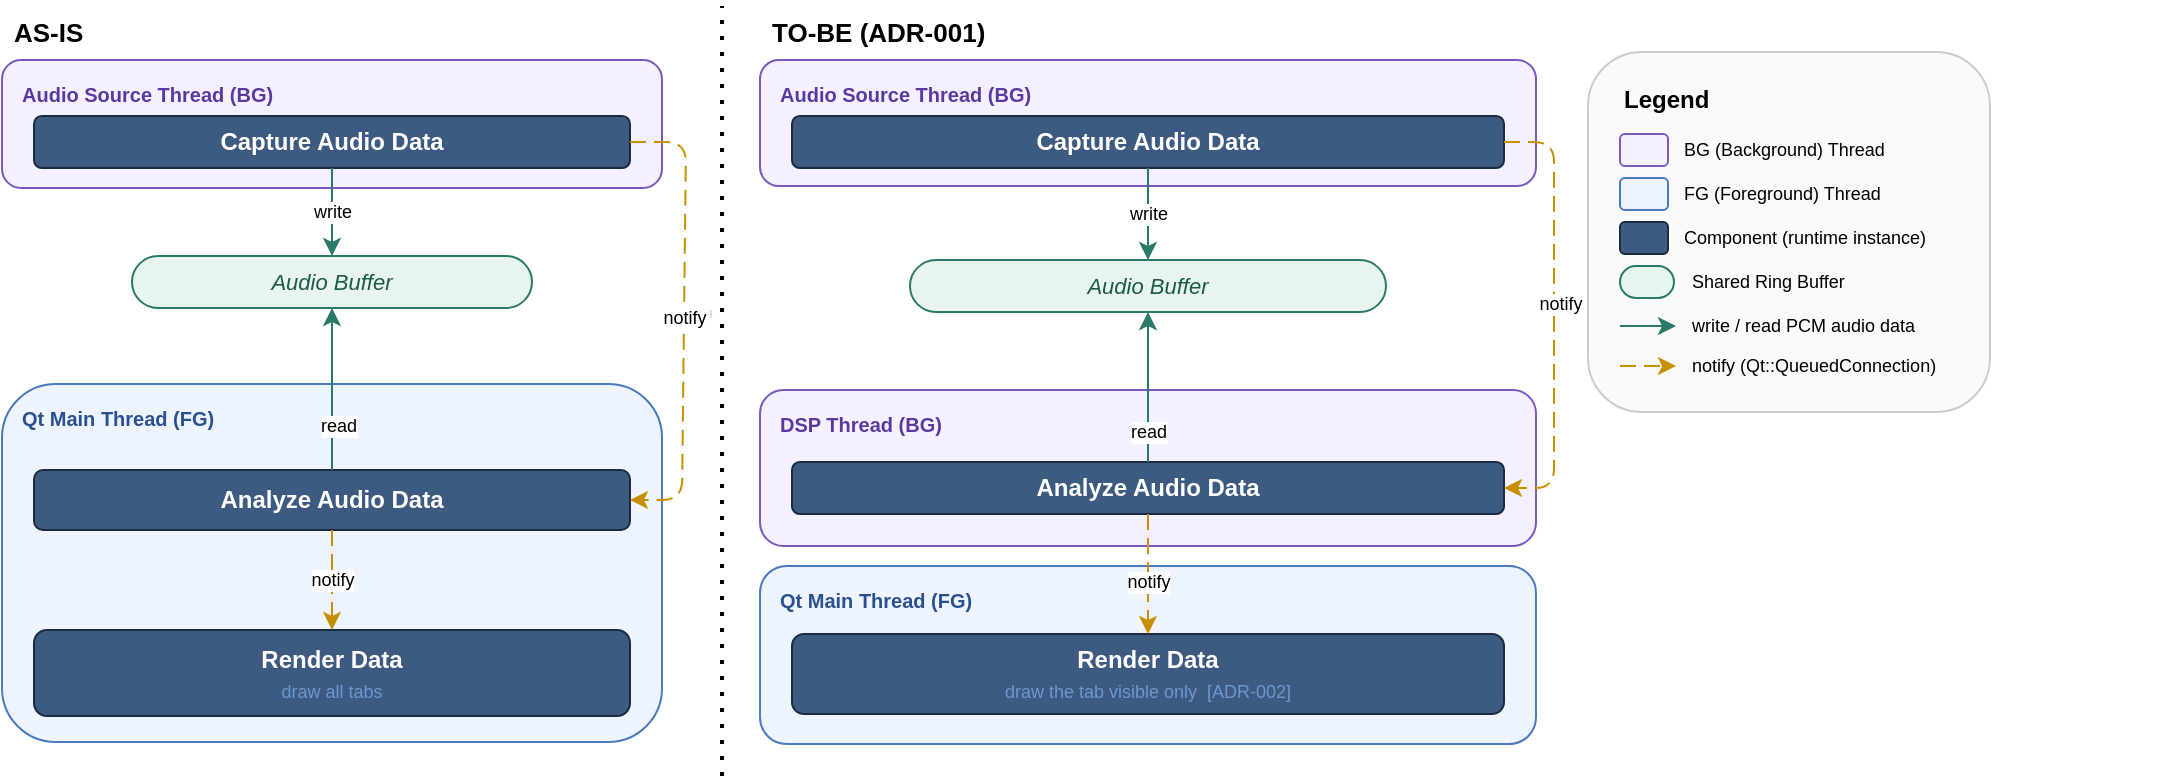
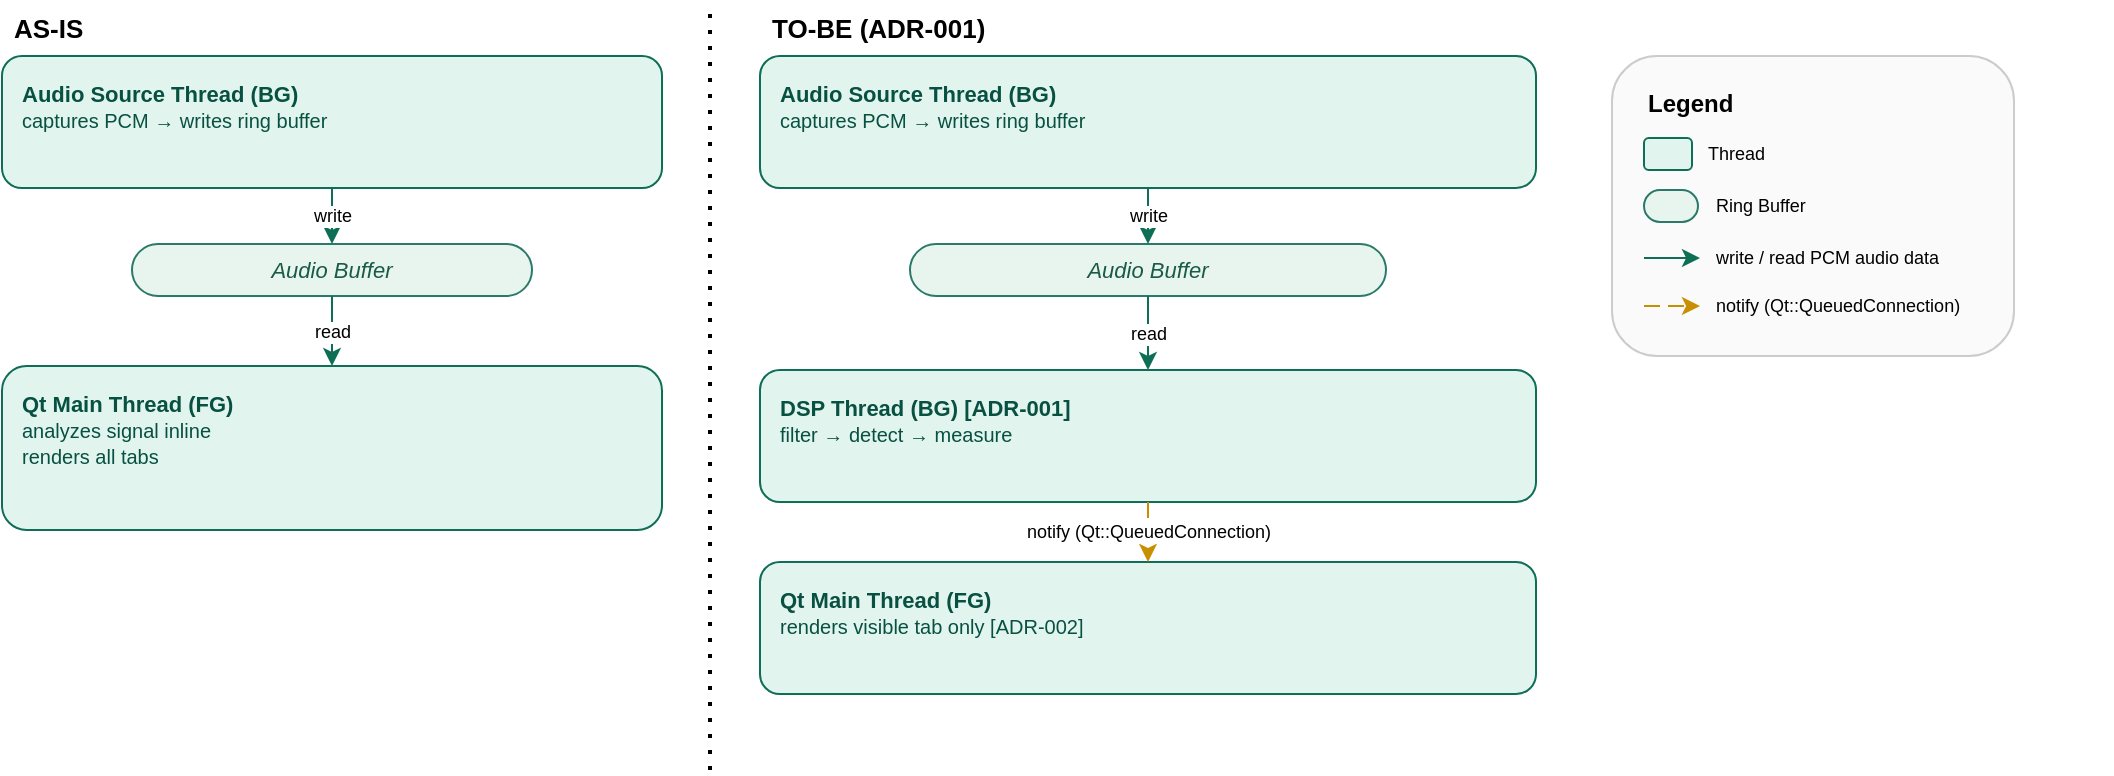
- <mxGraphModel dx="1005" dy="466" grid="0" gridSize="10" guides="1" tooltips="1" connect="1" arrows="1" fold="1" page="1" pageScale="1" pageWidth="1400" pageHeight="400" math="0" shadow="0">
+ <mxGraphModel dx="1005" dy="466" grid="0" gridSize="10" guides="1" tooltips="1" connect="1" arrows="1" fold="1" page="1" pageScale="1" pageWidth="1100" pageHeight="400" math="0" shadow="0">
  <root>
    <mxCell id="0" />
    <mxCell id="1" parent="0" />
    <mxCell id="2" parent="1" style="text;html=1;fontStyle=1;fontSize=13;align=left;" value="AS-IS" vertex="1">
      <mxGeometry height="20" width="80" x="14" y="5" as="geometry" />
    </mxCell>
    <mxCell id="3" parent="1" style="text;html=1;fontStyle=1;fontSize=13;align=left;" value="TO-BE  (ADR-001)" vertex="1">
      <mxGeometry height="20" width="220" x="393" y="5" as="geometry" />
    </mxCell>
-     <mxCell id="4" parent="1" style="line;strokeColor=#dddddd;dashed=1;dashPattern=5 4;fillColor=none;" value="" vertex="1">
-       <mxGeometry height="310" width="1" x="364" y="5" as="geometry" />
+     <mxCell id="4" parent="1" style="endArrow=none;dashed=1;html=1;dashPattern=1 3;strokeWidth=2;rounded=0;" edge="1">
+       <mxGeometry relative="1" as="geometry">
+         <mxPoint x="364" y="390" as="sourcePoint" />
+         <mxPoint x="364" y="6" as="targetPoint" />
+       </mxGeometry>
    </mxCell>
-     <mxCell id="10" parent="1" style="rounded=1;whiteSpace=wrap;html=1;fillColor=#f5f0ff;strokeColor=#7a5abf;fontColor=#5a3a9f;fontStyle=1;fontSize=10;align=left;verticalAlign=top;spacingLeft=8;spacingTop=5;" value="Audio Source Thread  (BG)" vertex="1">
-       <mxGeometry height="64" width="330" x="10" y="33" as="geometry" />
-     </mxCell>
-     <mxCell id="11" parent="1" style="rounded=1;whiteSpace=wrap;html=1;fillColor=#3d5a80;strokeColor=#1a2a40;fontColor=#ffffff;fontStyle=1;fontSize=12;" value="Capture Audio Data" vertex="1">
-       <mxGeometry height="26" width="298" x="26" y="61" as="geometry" />
+     <mxCell id="10" parent="1" style="rounded=1;whiteSpace=wrap;html=1;fillColor=#E1F5EE;strokeColor=#0F6E56;fontColor=#085041;fontStyle=1;fontSize=11;align=left;verticalAlign=top;spacingLeft=8;spacingTop=6;" value="Audio Source Thread  (BG)&lt;br&gt;&lt;font style=&quot;font-size:10px;font-weight:400;&quot;&gt;captures PCM → writes ring buffer&lt;/font&gt;" vertex="1">
+       <mxGeometry height="66" width="330" x="10" y="33" as="geometry" />
    </mxCell>
    <mxCell id="12" parent="1" style="rounded=1;arcSize=50;whiteSpace=wrap;html=1;fillColor=#e8f5ee;strokeColor=#2a7a6a;fontColor=#1a5a48;fontSize=11;fontStyle=2;" value="Audio Buffer" vertex="1">
-       <mxGeometry height="26" width="200" x="75" y="131" as="geometry" />
+       <mxGeometry height="26" width="200" x="75" y="127" as="geometry" />
    </mxCell>
-     <mxCell id="13" parent="1" style="rounded=1;whiteSpace=wrap;html=1;fillColor=#eef4fd;strokeColor=#4a7abf;fontColor=#2a5090;fontStyle=1;fontSize=10;align=left;verticalAlign=top;spacingLeft=8;spacingTop=5;" value="Qt Main Thread  (FG)" vertex="1">
-       <mxGeometry height="179" width="330" x="10" y="195" as="geometry" />
+     <mxCell id="13" parent="1" style="rounded=1;whiteSpace=wrap;html=1;fillColor=#E1F5EE;strokeColor=#0F6E56;fontColor=#085041;fontStyle=1;fontSize=11;align=left;verticalAlign=top;spacingLeft=8;spacingTop=6;" value="Qt Main Thread  (FG)&lt;br&gt;&lt;font style=&quot;font-size:10px;font-weight:400;&quot;&gt;analyzes signal inline&lt;br&gt;renders all tabs&lt;/font&gt;" vertex="1">
+       <mxGeometry height="82" width="330" x="10" y="188" as="geometry" />
    </mxCell>
-     <mxCell id="14" parent="1" style="rounded=1;whiteSpace=wrap;html=1;fillColor=#3d5a80;strokeColor=#1a2a40;fontColor=#ffffff;fontStyle=1;fontSize=12;" value="Analyze Audio Data" vertex="1">
-       <mxGeometry height="30" width="298" x="26" y="238" as="geometry" />
-     </mxCell>
-     <mxCell id="15" parent="1" style="rounded=1;whiteSpace=wrap;html=1;fillColor=#3d5a80;strokeColor=#1a2a40;fontColor=#ffffff;fontStyle=1;fontSize=12;" value="Render Data&lt;br&gt;&lt;span style=&quot;color: rgb(106, 154, 205); font-size: 9px; font-weight: 400;&quot;&gt;draw all tabs&lt;/span&gt;" vertex="1">
-       <mxGeometry height="43" width="298" x="26" y="318" as="geometry" />
-     </mxCell>
-     <mxCell id="20" edge="1" parent="1" source="11" style="edgeStyle=none;html=1;strokeColor=#2a7a6a;fillColor=#2a7a6a;fontSize=9;exitX=0.5;exitY=1;exitDx=0;exitDy=0;entryX=0.5;entryY=0;entryDx=0;entryDy=0;" target="12" value="write">
+     <mxCell id="20" edge="1" parent="1" source="10" target="12" style="edgeStyle=none;html=1;strokeColor=#0F6E56;fillColor=#0F6E56;fontSize=9;exitX=0.5;exitY=1;exitDx=0;exitDy=0;entryX=0.5;entryY=0;entryDx=0;entryDy=0;" value="write">
      <mxGeometry relative="1" as="geometry" />
    </mxCell>
-     <mxCell id="21" edge="1" parent="1" source="11" style="edgeStyle=none;html=1;strokeColor=#c89000;fillColor=#c89000;dashed=1;dashPattern=8 4;fontSize=9;exitX=1;exitY=0.5;exitDx=0;exitDy=0;entryX=1;entryY=0.5;entryDx=0;entryDy=0;" target="14" value="notify">
-       <mxGeometry relative="1" as="geometry">
-         <Array as="points">
-           <mxPoint x="352" y="74" />
-           <mxPoint x="350" y="253" />
-         </Array>
-       </mxGeometry>
-     </mxCell>
-     <mxCell id="22" edge="1" parent="1" source="14" style="edgeStyle=none;html=1;strokeColor=#2a7a6a;fillColor=#2a7a6a;fontSize=9;exitX=0.5;exitY=0;exitDx=0;exitDy=0;" target="12" value="read">
-       <mxGeometry relative="1" x="-0.4568" y="-3" as="geometry">
-         <mxPoint as="offset" />
-         <mxPoint x="195.00000000000023" y="200" as="targetPoint" />
-       </mxGeometry>
-     </mxCell>
-     <mxCell id="23" edge="1" parent="1" source="14" style="edgeStyle=none;html=1;strokeColor=#c89000;fillColor=#c89000;dashed=1;dashPattern=8 4;fontSize=9;exitX=0.5;exitY=1;exitDx=0;exitDy=0;" target="15" value="notify">
+     <mxCell id="22" edge="1" parent="1" source="12" target="13" style="edgeStyle=none;html=1;strokeColor=#0F6E56;fillColor=#0F6E56;fontSize=9;exitX=0.5;exitY=1;exitDx=0;exitDy=0;entryX=0.5;entryY=0;entryDx=0;entryDy=0;" value="read">
      <mxGeometry relative="1" as="geometry" />
    </mxCell>
-     <mxCell id="30" parent="1" style="rounded=1;whiteSpace=wrap;html=1;fillColor=#f5f0ff;strokeColor=#7a5abf;fontColor=#5a3a9f;fontStyle=1;fontSize=10;align=left;verticalAlign=top;spacingLeft=8;spacingTop=5;" value="Audio Source Thread  (BG)" vertex="1">
-       <mxGeometry height="63" width="388" x="389" y="33" as="geometry" />
-     </mxCell>
-     <mxCell id="31" parent="1" style="rounded=1;whiteSpace=wrap;html=1;fillColor=#3d5a80;strokeColor=#1a2a40;fontColor=#ffffff;fontStyle=1;fontSize=12;" value="Capture Audio Data" vertex="1">
-       <mxGeometry height="26" width="356" x="405" y="61" as="geometry" />
+     <mxCell id="30" parent="1" style="rounded=1;whiteSpace=wrap;html=1;fillColor=#E1F5EE;strokeColor=#0F6E56;fontColor=#085041;fontStyle=1;fontSize=11;align=left;verticalAlign=top;spacingLeft=8;spacingTop=6;" value="Audio Source Thread  (BG)&lt;br&gt;&lt;font style=&quot;font-size:10px;font-weight:400;&quot;&gt;captures PCM → writes ring buffer&lt;/font&gt;" vertex="1">
+       <mxGeometry height="66" width="388" x="389" y="33" as="geometry" />
    </mxCell>
    <mxCell id="32" parent="1" style="rounded=1;arcSize=50;whiteSpace=wrap;html=1;fillColor=#e8f5ee;strokeColor=#2a7a6a;fontColor=#1a5a48;fontSize=11;fontStyle=2;" value="Audio Buffer" vertex="1">
-       <mxGeometry height="26" width="238" x="464" y="133" as="geometry" />
+       <mxGeometry height="26" width="238" x="464" y="127" as="geometry" />
    </mxCell>
-     <mxCell id="33" parent="1" style="rounded=1;whiteSpace=wrap;html=1;fillColor=#f5f0ff;strokeColor=#7a5abf;fontColor=#5a3a9f;fontStyle=1;fontSize=10;align=left;verticalAlign=top;spacingLeft=8;spacingTop=5;" value="DSP Thread  (BG)" vertex="1">
-       <mxGeometry height="78" width="388" x="389" y="198" as="geometry" />
+     <mxCell id="33" parent="1" style="rounded=1;whiteSpace=wrap;html=1;fillColor=#E1F5EE;strokeColor=#0F6E56;fontColor=#085041;fontStyle=1;fontSize=11;align=left;verticalAlign=top;spacingLeft=8;spacingTop=6;" value="DSP Thread  (BG)  [ADR-001]&lt;br&gt;&lt;font style=&quot;font-size:10px;font-weight:400;&quot;&gt;filter → detect → measure&lt;/font&gt;" vertex="1">
+       <mxGeometry height="66" width="388" x="389" y="190" as="geometry" />
    </mxCell>
-     <mxCell id="34" parent="1" style="rounded=1;whiteSpace=wrap;html=1;fillColor=#3d5a80;strokeColor=#1a2a40;fontColor=#ffffff;fontStyle=1;fontSize=12;" value="Analyze Audio Data" vertex="1">
-       <mxGeometry height="26" width="356" x="405" y="234" as="geometry" />
+     <mxCell id="35" parent="1" style="rounded=1;whiteSpace=wrap;html=1;fillColor=#E1F5EE;strokeColor=#0F6E56;fontColor=#085041;fontStyle=1;fontSize=11;align=left;verticalAlign=top;spacingLeft=8;spacingTop=6;" value="Qt Main Thread  (FG)&lt;br&gt;&lt;font style=&quot;font-size:10px;font-weight:400;&quot;&gt;renders visible tab only  [ADR-002]&lt;/font&gt;" vertex="1">
+       <mxGeometry height="66" width="388" x="389" y="286" as="geometry" />
    </mxCell>
-     <mxCell id="35" parent="1" style="rounded=1;whiteSpace=wrap;html=1;fillColor=#eef4fd;strokeColor=#4a7abf;fontColor=#2a5090;fontStyle=1;fontSize=10;align=left;verticalAlign=top;spacingLeft=8;spacingTop=5;" value="Qt Main Thread  (FG)" vertex="1">
-       <mxGeometry height="89" width="388" x="389" y="286" as="geometry" />
-     </mxCell>
-     <mxCell id="36" parent="1" style="rounded=1;whiteSpace=wrap;html=1;fillColor=#3d5a80;strokeColor=#1a2a40;fontColor=#ffffff;fontSize=12;" value="&lt;b&gt;Render Data&lt;/b&gt;&lt;br&gt;&lt;font color=&quot;#6a9acd&quot; style=&quot;font-size: 9px;&quot;&gt;draw the tab visible only&amp;nbsp; [ADR-002]&lt;/font&gt;" vertex="1">
-       <mxGeometry height="40" width="356" x="405" y="320" as="geometry" />
-     </mxCell>
-     <mxCell id="40" edge="1" parent="1" source="31" style="edgeStyle=none;html=1;strokeColor=#2a7a6a;fillColor=#2a7a6a;fontSize=9;exitX=0.5;exitY=1;exitDx=0;exitDy=0;entryX=0.5;entryY=0;entryDx=0;entryDy=0;" target="32" value="write">
+     <mxCell id="40" edge="1" parent="1" source="30" target="32" style="edgeStyle=none;html=1;strokeColor=#0F6E56;fillColor=#0F6E56;fontSize=9;exitX=0.5;exitY=1;exitDx=0;exitDy=0;entryX=0.5;entryY=0;entryDx=0;entryDy=0;" value="write">
      <mxGeometry relative="1" as="geometry" />
    </mxCell>
-     <mxCell id="41" edge="1" parent="1" source="31" style="edgeStyle=none;html=1;strokeColor=#c89000;fillColor=#c89000;dashed=1;dashPattern=8 4;fontSize=9;exitX=1;exitY=0.5;exitDx=0;exitDy=0;entryX=1;entryY=0.5;entryDx=0;entryDy=0;" target="34" value="notify">
-       <mxGeometry relative="1" x="-0.0507" y="3" as="geometry">
-         <mxPoint as="offset" />
-         <Array as="points">
-           <mxPoint x="786" y="74" />
-           <mxPoint x="786" y="247" />
-         </Array>
-       </mxGeometry>
+     <mxCell id="42" edge="1" parent="1" source="32" target="33" style="edgeStyle=none;html=1;strokeColor=#0F6E56;fillColor=#0F6E56;fontSize=9;exitX=0.5;exitY=1;exitDx=0;exitDy=0;entryX=0.5;entryY=0;entryDx=0;entryDy=0;" value="read">
+       <mxGeometry relative="1" as="geometry" />
    </mxCell>
-     <mxCell id="42" edge="1" parent="1" source="34" style="edgeStyle=none;html=1;strokeColor=#2a7a6a;fillColor=#2a7a6a;fontSize=9;entryX=0.5;entryY=1;entryDx=0;entryDy=0;" target="32" value="read">
-       <mxGeometry relative="1" x="-0.6" as="geometry">
-         <mxPoint as="offset" />
-         <mxPoint x="595" y="200" as="targetPoint" />
-       </mxGeometry>
-     </mxCell>
-     <mxCell id="43" edge="1" parent="1" source="34" style="edgeStyle=none;html=1;strokeColor=#c89000;fillColor=#c89000;dashed=1;dashPattern=8 4;fontSize=9;exitX=0.5;exitY=1;exitDx=0;exitDy=0;entryX=0.5;entryY=0;entryDx=0;entryDy=0;" target="36" value="notify">
-       <mxGeometry relative="1" x="0.1333" as="geometry">
-         <mxPoint as="offset" />
-       </mxGeometry>
+     <mxCell id="43" edge="1" parent="1" source="33" target="35" style="edgeStyle=none;html=1;strokeColor=#c89000;fillColor=#c89000;dashed=1;dashPattern=8 4;fontSize=9;exitX=0.5;exitY=1;exitDx=0;exitDy=0;entryX=0.5;entryY=0;entryDx=0;entryDy=0;" value="notify (Qt::QueuedConnection)">
+       <mxGeometry relative="1" as="geometry" />
    </mxCell>
    <mxCell id="Q6rnTVYkd1wGd5bwxZPc-64" connectable="0" parent="1" style="group" value="" vertex="1">
-       <mxGeometry height="180" width="290" x="788" y="29" as="geometry" />
+       <mxGeometry height="150" width="260" x="800" y="33" as="geometry" />
    </mxCell>
    <mxCell id="50" parent="Q6rnTVYkd1wGd5bwxZPc-64" style="rounded=1;whiteSpace=wrap;html=1;fillColor=#fafafa;strokeColor=#cccccc;" value="" vertex="1">
-       <mxGeometry height="180" width="201" x="15" as="geometry" />
+       <mxGeometry height="150" width="201" x="15" as="geometry" />
    </mxCell>
    <mxCell id="51" parent="Q6rnTVYkd1wGd5bwxZPc-64" style="text;html=1;fontStyle=1;fontSize=12;align=left;" value="Legend" vertex="1">
      <mxGeometry height="20" width="100" x="31" y="10" as="geometry" />
    </mxCell>
-     <mxCell id="52" parent="Q6rnTVYkd1wGd5bwxZPc-64" style="rounded=1;whiteSpace=wrap;html=1;fillColor=#f5f0ff;strokeColor=#7a5abf;" value="" vertex="1">
+     <mxCell id="52" parent="Q6rnTVYkd1wGd5bwxZPc-64" style="rounded=1;whiteSpace=wrap;html=1;fillColor=#E1F5EE;strokeColor=#0F6E56;" value="" vertex="1">
      <mxGeometry height="16" width="24" x="31" y="41" as="geometry" />
    </mxCell>
-     <mxCell id="53" parent="Q6rnTVYkd1wGd5bwxZPc-64" style="text;html=1;fontSize=9;align=left;verticalAlign=middle;" value="BG (Background) Thread" vertex="1">
-       <mxGeometry height="16" width="220" x="61" y="41" as="geometry" />
+     <mxCell id="53" parent="Q6rnTVYkd1wGd5bwxZPc-64" style="text;html=1;fontSize=9;align=left;verticalAlign=middle;" value="Thread" vertex="1">
+       <mxGeometry height="16" width="200" x="61" y="41" as="geometry" />
    </mxCell>
-     <mxCell id="54" parent="Q6rnTVYkd1wGd5bwxZPc-64" style="rounded=1;whiteSpace=wrap;html=1;fillColor=#eef4fd;strokeColor=#4a7abf;" value="" vertex="1">
-       <mxGeometry height="16" width="24" x="31" y="63" as="geometry" />
+     <mxCell id="58" parent="Q6rnTVYkd1wGd5bwxZPc-64" style="rounded=1;arcSize=50;whiteSpace=wrap;html=1;fillColor=#e8f5ee;strokeColor=#2a7a6a;" value="" vertex="1">
+       <mxGeometry height="16" width="27" x="31" y="67" as="geometry" />
    </mxCell>
-     <mxCell id="55" parent="Q6rnTVYkd1wGd5bwxZPc-64" style="text;html=1;fontSize=9;align=left;verticalAlign=middle;" value="FG (Foreground) Thread" vertex="1">
-       <mxGeometry height="16" width="220" x="61" y="63" as="geometry" />
+     <mxCell id="Q6rnTVYkd1wGd5bwxZPc-65" parent="Q6rnTVYkd1wGd5bwxZPc-64" style="text;html=1;fontSize=9;align=left;verticalAlign=middle;" value="Ring Buffer" vertex="1">
+       <mxGeometry height="16" width="200" x="65" y="67" as="geometry" />
    </mxCell>
-     <mxCell id="56" parent="Q6rnTVYkd1wGd5bwxZPc-64" style="rounded=1;whiteSpace=wrap;html=1;fillColor=#3d5a80;strokeColor=#1a2a40;" value="" vertex="1">
-       <mxGeometry height="16" width="24" x="31" y="85" as="geometry" />
-     </mxCell>
-     <mxCell id="57" parent="Q6rnTVYkd1wGd5bwxZPc-64" style="text;html=1;fontSize=9;align=left;verticalAlign=middle;" value="Component  (runtime instance)" vertex="1">
-       <mxGeometry height="16" width="240" x="61" y="85" as="geometry" />
-     </mxCell>
-     <mxCell id="58" parent="Q6rnTVYkd1wGd5bwxZPc-64" style="rounded=1;arcSize=50;whiteSpace=wrap;html=1;fillColor=#e8f5ee;strokeColor=#2a7a6a;fontColor=#1a5a48;fontSize=8;fontStyle=2;" value="" vertex="1">
-       <mxGeometry height="16" width="27" x="31" y="107" as="geometry" />
-     </mxCell>
-     <mxCell id="60" edge="1" parent="Q6rnTVYkd1wGd5bwxZPc-64" style="edgeStyle=none;html=1;strokeColor=#2a7a6a;fillColor=#2a7a6a;" value="">
+     <mxCell id="60" edge="1" parent="Q6rnTVYkd1wGd5bwxZPc-64" style="edgeStyle=none;html=1;strokeColor=#0F6E56;fillColor=#0F6E56;" value="">
      <mxGeometry relative="1" as="geometry">
-         <mxPoint x="31" y="137" as="sourcePoint" />
-         <mxPoint x="59" y="137" as="targetPoint" />
+         <mxPoint x="31" y="101" as="sourcePoint" />
+         <mxPoint x="59" y="101" as="targetPoint" />
      </mxGeometry>
    </mxCell>
    <mxCell id="61" parent="Q6rnTVYkd1wGd5bwxZPc-64" style="text;html=1;fontSize=9;align=left;verticalAlign=middle;" value="write / read PCM audio data" vertex="1">
-       <mxGeometry height="16" width="240" x="65" y="129" as="geometry" />
+       <mxGeometry height="16" width="200" x="65" y="93" as="geometry" />
    </mxCell>
    <mxCell id="62" edge="1" parent="Q6rnTVYkd1wGd5bwxZPc-64" style="edgeStyle=none;html=1;strokeColor=#c89000;fillColor=#c89000;dashed=1;dashPattern=8 4;" value="">
      <mxGeometry relative="1" as="geometry">
-         <mxPoint x="31" y="157" as="sourcePoint" />
-         <mxPoint x="59" y="157" as="targetPoint" />
+         <mxPoint x="31" y="125" as="sourcePoint" />
+         <mxPoint x="59" y="125" as="targetPoint" />
      </mxGeometry>
    </mxCell>
    <mxCell id="63" parent="Q6rnTVYkd1wGd5bwxZPc-64" style="text;html=1;fontSize=9;align=left;verticalAlign=middle;" value="notify  (Qt::QueuedConnection)" vertex="1">
-       <mxGeometry height="16" width="240" x="65" y="149" as="geometry" />
-     </mxCell>
-     <mxCell id="Q6rnTVYkd1wGd5bwxZPc-65" parent="Q6rnTVYkd1wGd5bwxZPc-64" style="text;html=1;fontSize=9;align=left;verticalAlign=middle;" value="Shared Ring Buffer" vertex="1">
-       <mxGeometry height="16" width="240" x="65" y="107" as="geometry" />
-     </mxCell>
-     <mxCell id="Q6rnTVYkd1wGd5bwxZPc-69" edge="1" parent="1" style="endArrow=none;dashed=1;html=1;dashPattern=1 3;strokeWidth=2;rounded=0;" value="">
-       <mxGeometry height="50" relative="1" width="50" as="geometry">
-         <mxPoint x="370" y="391" as="sourcePoint" />
-         <mxPoint x="370" y="6" as="targetPoint" />
-       </mxGeometry>
+       <mxGeometry height="16" width="200" x="65" y="117" as="geometry" />
    </mxCell>
  </root>
</mxGraphModel>
